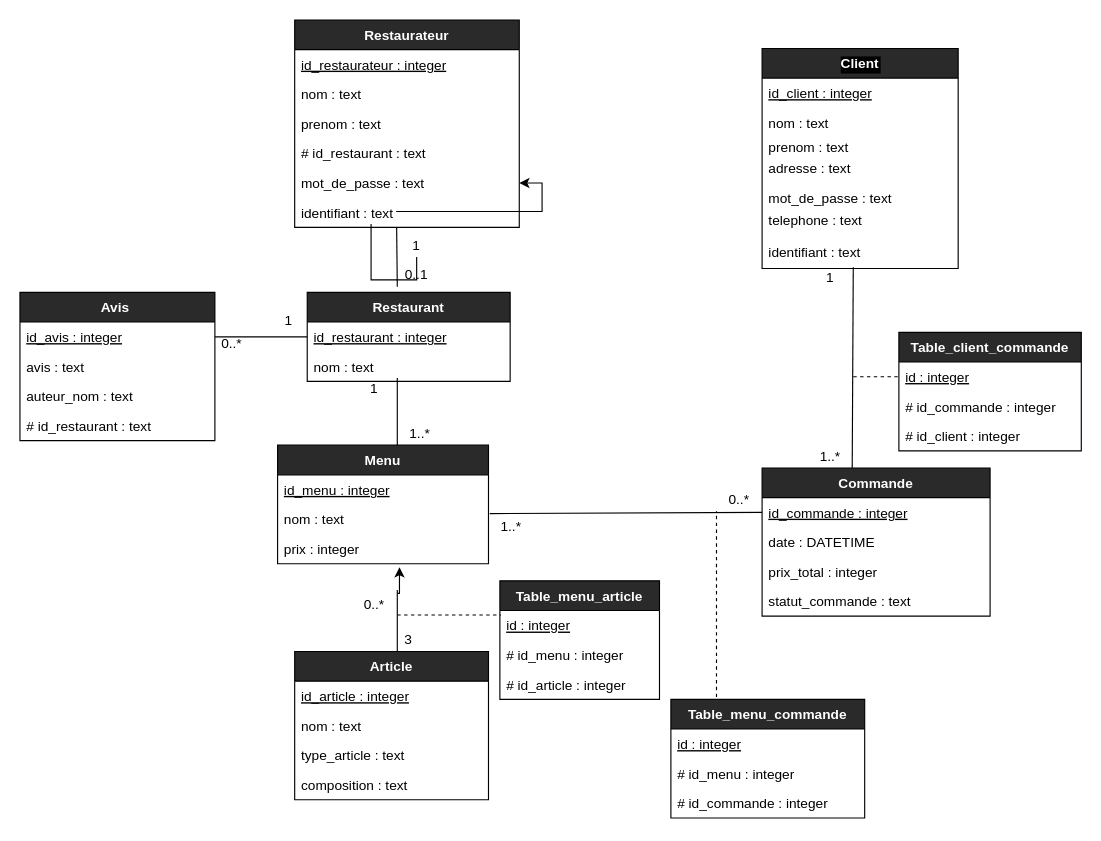
This is diagrammes/diagramme_base_de_donnees.drawio from TheAIWizard/Ensaeats, a draw.io file, before an edit. Source tidied: cells renumbered, new cells numbered last; positions are measured from the earlier drawing's top-left corner, leaving out a move shared by most shapes. Both pictures are drawn from the tidied source at 114%, with x=0, y=0 at pixel (19, 19).
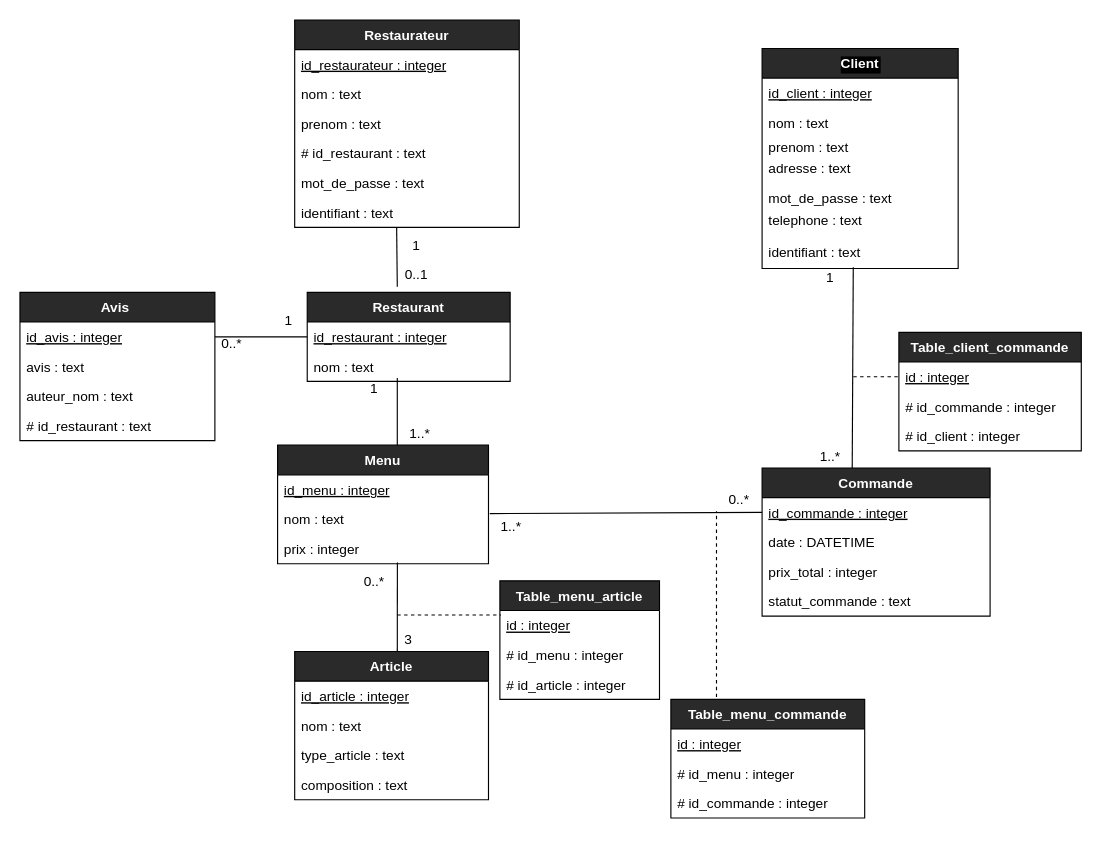
After the change.

Commit message (it also covers changes not shown here):
mise à jour

The change refers to these unchanged cells:
```xml
<mxCell id="6" value="&lt;font color=&quot;#000000&quot;&gt;1&lt;/font&gt;" style="text;html=1;strokeColor=none;fillColor=none;align=center;verticalAlign=middle;whiteSpace=wrap;rounded=1;" parent="1" vertex="1">
  <mxGeometry x="328" y="188" width="40" height="20" as="geometry" />
</mxCell>
<mxCell id="14" value="mot_de_passe : text" style="text;strokeColor=none;fillColor=none;align=left;verticalAlign=top;spacingLeft=4;spacingRight=4;overflow=hidden;points=[[0,0.5],[1,0.5]];portConstraint=eastwest;labelBackgroundColor=#ffffff;fontColor=#000000;" parent="9" vertex="1">
  <mxGeometry y="130" width="197" height="26" as="geometry" />
</mxCell>
<mxCell id="23" value="prix : integer" style="text;strokeColor=none;fillColor=none;align=left;verticalAlign=top;spacingLeft=4;spacingRight=4;overflow=hidden;points=[[0,0.5],[1,0.5]];portConstraint=eastwest;fontColor=#000000;" parent="20" vertex="1">
  <mxGeometry y="78" width="185" height="26" as="geometry" />
</mxCell>
<mxCell id="35" value="&lt;font color=&quot;#000000&quot;&gt;3&lt;/font&gt;" style="text;html=1;strokeColor=none;fillColor=none;align=center;verticalAlign=middle;whiteSpace=wrap;rounded=0;shadow=0;glass=0;sketch=0;" parent="1" vertex="1">
  <mxGeometry x="321" y="534" width="40" height="20" as="geometry" />
</mxCell>
```

What changed in the source:
```diff
@@
-    <mxCell id="5" style="edgeStyle=orthogonalEdgeStyle;rounded=0;jettySize=auto;html=1;exitX=0.5;exitY=1;exitDx=0;exitDy=0;" parent="1" edge="1" source="6" target="14">
-      <mxGeometry relative="1" as="geometry" />
-    </mxCell>
@@
-    <mxCell id="32" style="endArrow=none;html=1;exitX=0.25;exitY=1;exitDx=0;exitDy=0;strokeColor=#000000;" parent="1" edge="1" source="35">
-      <mxGeometry relative="1" as="geometry">
-        <mxPoint x="331" y="500" as="targetPoint" />
-      </mxGeometry>
+    <mxCell id="32" style="endArrow=none;html=1;exitX=0.25;exitY=1;exitDx=0;exitDy=0;strokeColor=#000000;entryX=0.568;entryY=0.962;entryDx=0;entryDy=0;entryPerimeter=0;" parent="1" edge="1" source="35" target="23">
+      <mxGeometry relative="1" as="geometry" />
     </mxCell>
-    <mxCell id="33" style="edgeStyle=orthogonalEdgeStyle;rounded=0;jettySize=auto;html=1;exitX=1;exitY=0;exitDx=0;exitDy=0;entryX=0.578;entryY=1.115;entryDx=0;entryDy=0;entryPerimeter=0;" parent="1" edge="1" source="34" target="23">
-      <mxGeometry relative="1" as="geometry" />
-    </mxCell>
     <mxCell id="34" value="&lt;font color=&quot;#000000&quot;&gt;0..*&lt;/font&gt;" style="text;html=1;strokeColor=none;fillColor=none;align=center;verticalAlign=middle;whiteSpace=wrap;rounded=0;shadow=0;glass=0;sketch=0;" parent="1" vertex="1">
-      <mxGeometry x="291" y="503" width="40" height="20" as="geometry" />
+      <mxGeometry x="296" y="477" width="30" height="31" as="geometry" />
     </mxCell>
```
